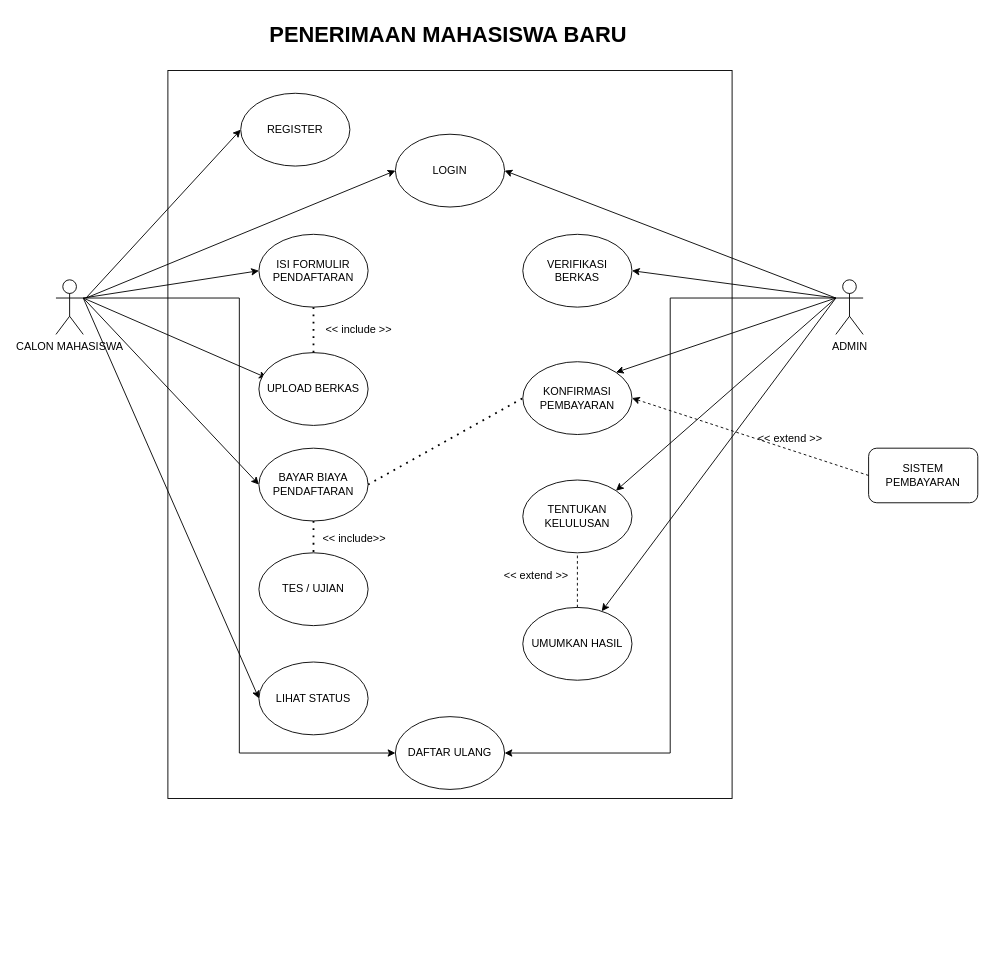
The draw.io diagram page "Page-1" (1 of 2) of pmb/PMB.drawio in hanatrp/analisis-dan-perancangan-sistem, before the edit. Source tidied: cells renumbered, new cells numbered last; positions are measured from the earlier drawing's top-left corner, leaving out a move shared by most shapes. Both pictures are drawn from the tidied source at 91%, with x=0, y=0 at pixel (56, 15).
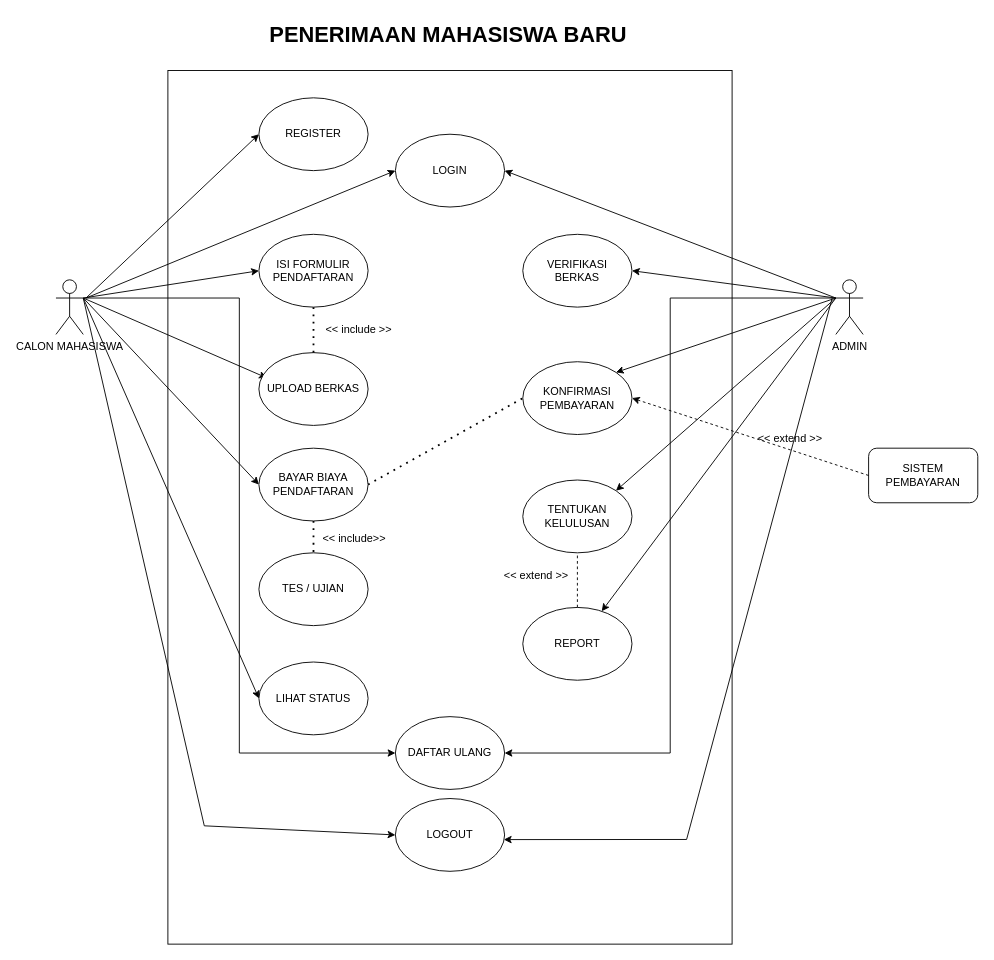
The same diagram, later.

Unchanged cells that the change refers to:
```xml
<mxCell id="10" value="CALON MAHASISWA" style="shape=umlActor;verticalLabelPosition=bottom;verticalAlign=top;html=1;" parent="1" vertex="1">
  <mxGeometry y="290" width="30" height="60" as="geometry" />
</mxCell>
```

What changed in the source:
```diff
@@
     <mxCell id="2" style="rounded=0;whiteSpace=wrap;html=1;" parent="1" vertex="1">
-      <mxGeometry x="123" y="60" width="620" height="800" as="geometry" />
+      <mxGeometry x="123" y="60" width="620" height="960" as="geometry" />
     </mxCell>
@@
-    <mxCell id="24" value="UMUMKAN HASIL" style="ellipse;whiteSpace=wrap;html=1;" parent="1" vertex="1">
+    <mxCell id="24" value="REPORT" style="ellipse;whiteSpace=wrap;html=1;" parent="1" vertex="1">
       <mxGeometry x="513" y="650" width="120" height="80" as="geometry" />
     </mxCell>
@@
     <mxCell id="26" value="REGISTER" style="ellipse;whiteSpace=wrap;html=1;" parent="1" vertex="1">
-      <mxGeometry x="203" y="85" width="120" height="80" as="geometry" />
+      <mxGeometry x="223" y="90" width="120" height="80" as="geometry" />
     </mxCell>
@@
+    <mxCell id="41" value="LOGOUT" style="ellipse;whiteSpace=wrap;html=1;" parent="1" vertex="1">
+      <mxGeometry x="373" y="860" width="120" height="80" as="geometry" />
+    </mxCell>
+    <mxCell id="42" style="endArrow=classic;html=1;rounded=0;exitX=1;exitY=0.3333333333333333;exitDx=0;exitDy=0;exitPerimeter=0;entryX=0;entryY=0.5;entryDx=0;entryDy=0;" parent="1" edge="1" source="10" target="41">
+      <mxGeometry relative="1" as="geometry">
+        <Array as="points">
+          <mxPoint x="163" y="890" />
+        </Array>
+      </mxGeometry>
+    </mxCell>
+    <mxCell id="43" style="endArrow=classic;html=1;rounded=0;entryX=0.993;entryY=0.564;entryDx=0;entryDy=0;entryPerimeter=0;" parent="1" edge="1" target="41">
+      <mxGeometry relative="1" as="geometry">
+        <mxPoint x="853" y="310" as="sourcePoint" />
+        <Array as="points">
+          <mxPoint x="693" y="905" />
+        </Array>
+      </mxGeometry>
+    </mxCell>
```
